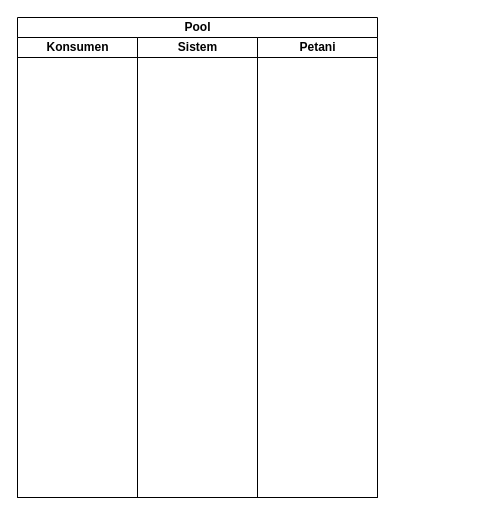
The draw.io diagram preorder garapan.drawio in zzarr/Project3-design-diagram, before the edit. Source tidied: cells renumbered, new cells numbered last; positions are measured from the earlier drawing's top-left corner, leaving out a move shared by most shapes. Both pictures are drawn from the tidied source at 100%, with x=0, y=0 at pixel (17, 17).
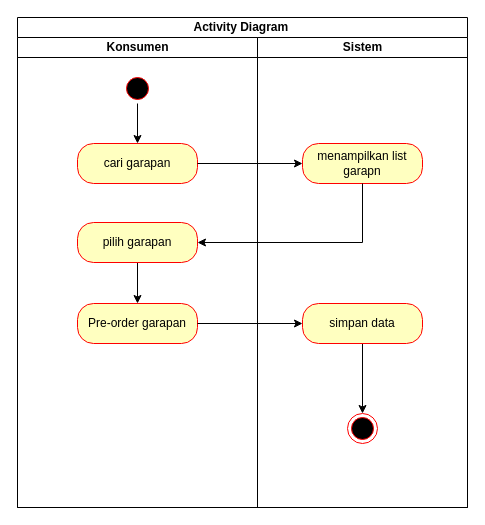
After the change.

Diff of the diagram source:
```diff
@@
 <mxGraphModel>
   <root>
     <mxCell id="0" />
     <mxCell id="1" parent="0" />
-    <mxCell id="2" value="Pool" style="swimlane;startSize=20;html=1;" parent="1" vertex="1">
-      <mxGeometry width="360" height="480" as="geometry" />
+    <mxCell id="2" value="Activity Diagram&amp;nbsp;" style="swimlane;startSize=20;html=1;" parent="1" vertex="1">
+      <mxGeometry width="450" height="490" as="geometry" />
     </mxCell>
     <mxCell id="3" value="Konsumen" style="swimlane;startSize=20;html=1;" parent="2" vertex="1">
-      <mxGeometry y="20" width="120" height="460" as="geometry" />
+      <mxGeometry y="20" width="240" height="470" as="geometry" />
     </mxCell>
+    <mxCell id="6" style="edgeStyle=orthogonalEdgeStyle;rounded=0;jettySize=auto;html=1;exitX=0.5;exitY=1;exitDx=0;exitDy=0;entryX=0.5;entryY=0;entryDx=0;entryDy=0;" parent="3" edge="1" source="7" target="8">
+      <mxGeometry relative="1" as="geometry" />
+    </mxCell>
+    <mxCell id="7" style="ellipse;html=1;shape=startState;fillColor=#000000;strokeColor=#ff0000;" parent="3" vertex="1">
+      <mxGeometry x="105" y="36" width="30" height="30" as="geometry" />
+    </mxCell>
+    <mxCell id="8" value="cari garapan" style="rounded=1;whiteSpace=wrap;html=1;arcSize=40;fontColor=#000000;fillColor=#ffffc0;strokeColor=#ff0000;" parent="3" vertex="1">
+      <mxGeometry x="60" y="106" width="120" height="40" as="geometry" />
+    </mxCell>
+    <mxCell id="9" style="edgeStyle=orthogonalEdgeStyle;rounded=0;jettySize=auto;html=1;exitX=0.5;exitY=1;exitDx=0;exitDy=0;entryX=0.5;entryY=0;entryDx=0;entryDy=0;" parent="3" edge="1" source="10" target="11">
+      <mxGeometry relative="1" as="geometry" />
+    </mxCell>
+    <mxCell id="10" value="pilih garapan" style="rounded=1;whiteSpace=wrap;html=1;arcSize=40;fontColor=#000000;fillColor=#ffffc0;strokeColor=#ff0000;" parent="3" vertex="1">
+      <mxGeometry x="60" y="185" width="120" height="40" as="geometry" />
+    </mxCell>
+    <mxCell id="11" value="Pre-order garapan" style="rounded=1;whiteSpace=wrap;html=1;arcSize=40;fontColor=#000000;fillColor=#ffffc0;strokeColor=#ff0000;" parent="3" vertex="1">
+      <mxGeometry x="60" y="266" width="120" height="40" as="geometry" />
+    </mxCell>
     <mxCell id="4" value="Sistem" style="swimlane;startSize=20;html=1;" parent="2" vertex="1">
-      <mxGeometry x="120" y="20" width="120" height="460" as="geometry" />
+      <mxGeometry x="240" y="20" width="210" height="470" as="geometry" />
     </mxCell>
-    <mxCell id="5" value="Petani" style="swimlane;startSize=20;html=1;" parent="2" vertex="1">
-      <mxGeometry x="240" y="20" width="120" height="460" as="geometry" />
-    </mxCell>
+    <mxCell id="12" value="menampilkan list garapn" style="rounded=1;whiteSpace=wrap;html=1;arcSize=40;fontColor=#000000;fillColor=#ffffc0;strokeColor=#ff0000;" parent="4" vertex="1">
+      <mxGeometry x="45" y="106" width="120" height="40" as="geometry" />
+    </mxCell>
+    <mxCell id="13" style="edgeStyle=orthogonalEdgeStyle;rounded=0;jettySize=auto;html=1;exitX=0.5;exitY=1;exitDx=0;exitDy=0;entryX=0.5;entryY=0;entryDx=0;entryDy=0;" parent="4" edge="1" source="14" target="15">
+      <mxGeometry relative="1" as="geometry" />
+    </mxCell>
+    <mxCell id="14" value="simpan data" style="rounded=1;whiteSpace=wrap;html=1;arcSize=40;fontColor=#000000;fillColor=#ffffc0;strokeColor=#ff0000;" parent="4" vertex="1">
+      <mxGeometry x="45" y="266" width="120" height="40" as="geometry" />
+    </mxCell>
+    <mxCell id="15" style="ellipse;html=1;shape=endState;fillColor=#000000;strokeColor=#ff0000;" parent="4" vertex="1">
+      <mxGeometry x="90" y="376" width="30" height="30" as="geometry" />
+    </mxCell>
+    <mxCell id="16" style="edgeStyle=orthogonalEdgeStyle;rounded=0;jettySize=auto;html=1;exitX=1;exitY=0.5;exitDx=0;exitDy=0;entryX=0;entryY=0.5;entryDx=0;entryDy=0;" parent="2" edge="1" source="8" target="12">
+      <mxGeometry relative="1" as="geometry" />
+    </mxCell>
+    <mxCell id="17" style="edgeStyle=orthogonalEdgeStyle;rounded=0;jettySize=auto;html=1;exitX=0.5;exitY=1;exitDx=0;exitDy=0;entryX=1;entryY=0.5;entryDx=0;entryDy=0;" parent="2" edge="1" source="12" target="10">
+      <mxGeometry relative="1" as="geometry" />
+    </mxCell>
+    <mxCell id="18" style="edgeStyle=orthogonalEdgeStyle;rounded=0;jettySize=auto;html=1;exitX=1;exitY=0.5;exitDx=0;exitDy=0;entryX=0;entryY=0.5;entryDx=0;entryDy=0;" parent="2" edge="1" source="11" target="14">
+      <mxGeometry relative="1" as="geometry" />
+    </mxCell>
   </root>
 </mxGraphModel>
```
